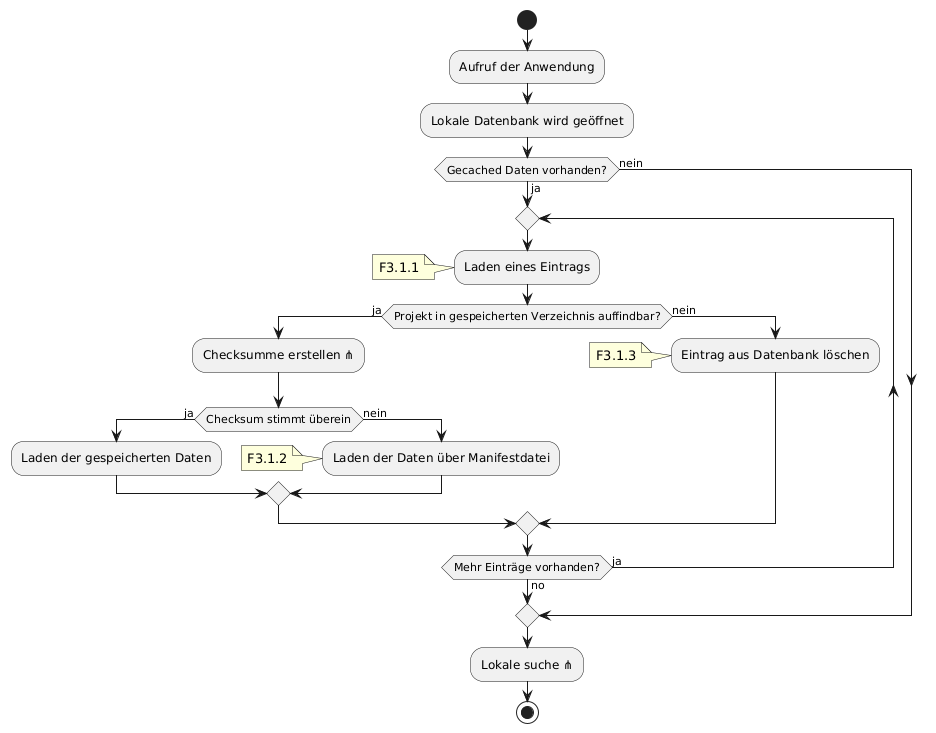
Above: wiki/topics/Inkremente/00/Diagramme/Anforderungsanalyse_011.png in SoftwareEngineeringOne/wiki (PlantUML), before the change. Its diagram source:
```plantuml
@startuml
start
:Aufruf der Anwendung;
:Lokale Datenbank wird geöffnet;
if(Gecached Daten vorhanden?) then (ja)
    repeat
        :Laden eines Eintrags;
        note: F3.1.1
        if(Projekt in gespeicherten Verzeichnis auffindbar?) then (ja)
            :Checksumme erstellen ⋔;
            if(Checksum stimmt überein) then (ja)
                :Laden der gespeicherten Daten;
            else (nein)
                :Laden der Daten über Manifestdatei;
                note: F3.1.2
            endif
        else (nein)
            :Eintrag aus Datenbank löschen;
            note: F3.1.3
        endif
    repeat while (Mehr Einträge vorhanden?) is (ja) not (no)

else (nein)
endif
:Lokale suche ⋔;
stop
@enduml
```
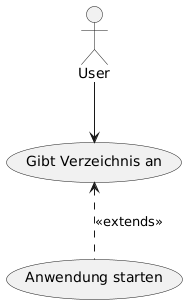
The same file after the commit.

Change to the diagram source:
```diff
@@ -1,27 +1,6 @@
 @startuml
-start
-:Aufruf der Anwendung;
-:Lokale Datenbank wird geöffnet;
-if(Gecached Daten vorhanden?) then (ja)
-    repeat
-        :Laden eines Eintrags;
-        note: F3.1.1
-        if(Projekt in gespeicherten Verzeichnis auffindbar?) then (ja)
-            :Checksumme erstellen ⋔;
-            if(Checksum stimmt überein) then (ja)
-                :Laden der gespeicherten Daten;
-            else (nein)
-                :Laden der Daten über Manifestdatei;
-                note: F3.1.2
-            endif
-        else (nein)
-            :Eintrag aus Datenbank löschen;
-            note: F3.1.3
-        endif
-    repeat while (Mehr Einträge vorhanden?) is (ja) not (no)
+"Gibt Verzeichnis an" as (Use)
+:User: --> (Use)
 
-else (nein)
-endif
-:Lokale suche ⋔;
-stop
+(Anwendung starten) .up.> (Use): <<extends>>
 @enduml
```
